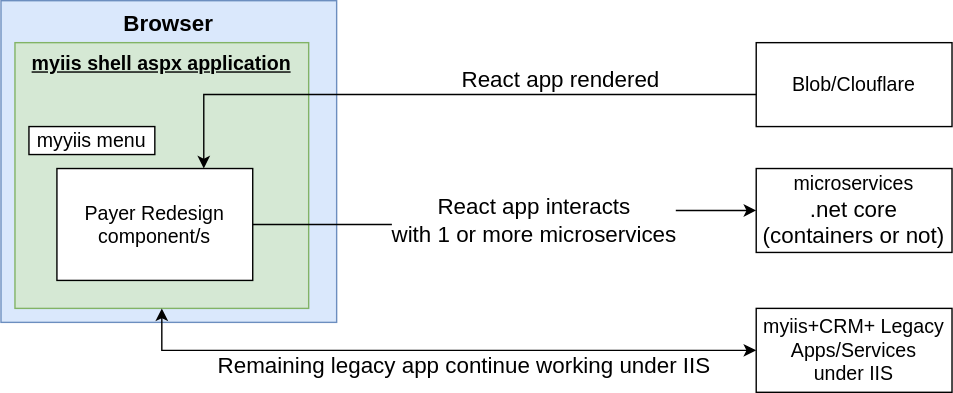
Before: payerredesignOption1.svg, a diagram exported from draw.io (vjavle/invoicecloud). Source tidied: cells renumbered, new cells last; positions are measured from the earlier drawing's top-left corner, leaving out a move shared by most shapes. Source of this version:
```xml
<mxGraphModel>
  <root>
    <mxCell id="0" />
    <mxCell id="1" parent="0" />
    <mxCell id="2" value="Browser" style="rounded=0;whiteSpace=wrap;html=1;verticalAlign=top;fontSize=16;fillColor=#dae8fc;strokeColor=#6c8ebf;fontStyle=1;" parent="1" vertex="1">
      <mxGeometry width="240" height="230" as="geometry" />
    </mxCell>
    <mxCell id="3" value="myiis shell aspx application" style="rounded=0;whiteSpace=wrap;html=1;fontSize=14;verticalAlign=top;fontStyle=5;fillColor=#d5e8d4;strokeColor=#82b366;" parent="1" vertex="1">
      <mxGeometry x="10" y="30" width="210" height="190" as="geometry" />
    </mxCell>
    <mxCell id="4" style="edgeStyle=orthogonalEdgeStyle;rounded=0;jettySize=auto;html=1;entryX=0.75;entryY=0;entryDx=0;entryDy=0;fontSize=16;exitX=0.033;exitY=0.618;exitDx=0;exitDy=0;exitPerimeter=0;" parent="1" edge="1" source="6" target="11">
      <mxGeometry relative="1" as="geometry" />
    </mxCell>
    <mxCell id="5" value="React app rendered" style="edgeLabel;html=1;align=center;verticalAlign=middle;fontSize=16;" parent="4" vertex="1">
      <mxGeometry x="-0.23" y="3" relative="1" as="geometry">
        <mxPoint x="30" y="-15" as="offset" />
      </mxGeometry>
    </mxCell>
    <mxCell id="6" value="Blob/Clouflare" style="rounded=0;whiteSpace=wrap;html=1;fontSize=14;" parent="1" vertex="1">
      <mxGeometry x="540" y="30" width="140" height="60" as="geometry" />
    </mxCell>
    <mxCell id="7" style="edgeStyle=orthogonalEdgeStyle;rounded=0;jettySize=auto;html=1;entryX=0.5;entryY=1;entryDx=0;entryDy=0;fontSize=14;startArrow=classic;startFill=1;" parent="1" edge="1" source="9" target="3">
      <mxGeometry relative="1" as="geometry" />
    </mxCell>
    <mxCell id="8" value="Remaining legacy app continue working under IIS" style="edgeLabel;html=1;align=center;verticalAlign=middle;fontSize=16;" parent="7" vertex="1">
      <mxGeometry x="0.39" y="2" relative="1" as="geometry">
        <mxPoint x="106" y="8" as="offset" />
      </mxGeometry>
    </mxCell>
    <mxCell id="9" value="myiis+CRM+ Legacy Apps/Services&lt;br&gt;under IIS" style="rounded=0;whiteSpace=wrap;html=1;fontSize=14;" parent="1" vertex="1">
      <mxGeometry x="540" y="220" width="140" height="60" as="geometry" />
    </mxCell>
    <mxCell id="10" value="myyiis menu" style="rounded=0;whiteSpace=wrap;html=1;fontSize=14;" parent="1" vertex="1">
      <mxGeometry x="20" y="90" width="90" height="20" as="geometry" />
    </mxCell>
    <mxCell id="11" value="Payer Redesign component/s" style="rounded=0;whiteSpace=wrap;html=1;fontSize=14;" parent="1" vertex="1">
      <mxGeometry x="40" y="120" width="140" height="80" as="geometry" />
    </mxCell>
    <mxCell id="12" style="edgeStyle=orthogonalEdgeStyle;rounded=0;jettySize=auto;html=1;entryX=1;entryY=0.5;entryDx=0;entryDy=0;fontSize=16;startArrow=classic;startFill=1;endArrow=none;endFill=0;" parent="1" edge="1" source="14" target="11">
      <mxGeometry relative="1" as="geometry" />
    </mxCell>
    <mxCell id="13" value="React app interacts&lt;br&gt;with 1 or more microservices" style="edgeLabel;html=1;align=center;verticalAlign=middle;fontSize=16;" parent="12" vertex="1">
      <mxGeometry x="0.15" y="1" relative="1" as="geometry">
        <mxPoint x="42" y="-5" as="offset" />
      </mxGeometry>
    </mxCell>
    <mxCell id="14" value="microservices&lt;br&gt;&lt;span style=&quot;font-size: 16px;&quot;&gt;.net core (containers or not)&lt;/span&gt;" style="rounded=0;whiteSpace=wrap;html=1;fontSize=14;" parent="1" vertex="1">
      <mxGeometry x="540" y="120" width="140" height="60" as="geometry" />
    </mxCell>
  </root>
</mxGraphModel>
```
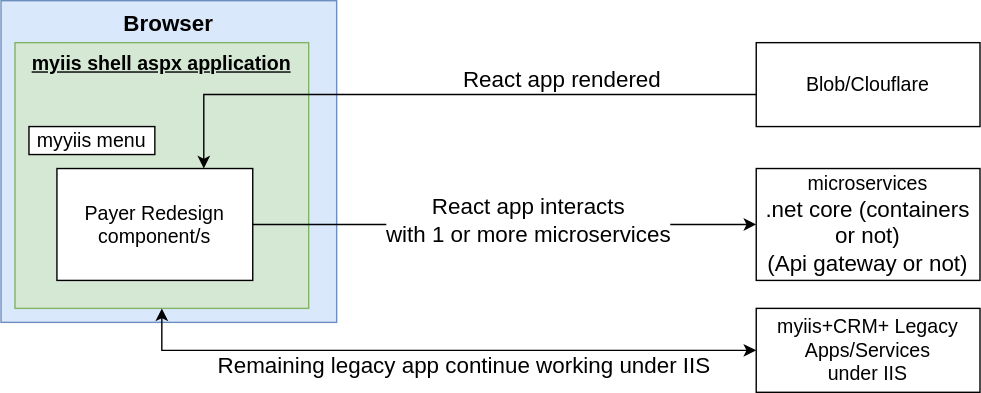
Later version of the same file.

Diff of the diagram source:
```diff
@@ -17,7 +17,7 @@
       </mxGeometry>
     </mxCell>
     <mxCell id="6" value="Blob/Clouflare" style="rounded=0;whiteSpace=wrap;html=1;fontSize=14;" parent="1" vertex="1">
-      <mxGeometry x="540" y="30" width="140" height="60" as="geometry" />
+      <mxGeometry x="540" y="30" width="160" height="60" as="geometry" />
     </mxCell>
     <mxCell id="7" style="edgeStyle=orthogonalEdgeStyle;rounded=0;jettySize=auto;html=1;entryX=0.5;entryY=1;entryDx=0;entryDy=0;fontSize=14;startArrow=classic;startFill=1;" parent="1" edge="1" source="9" target="3">
       <mxGeometry relative="1" as="geometry" />
@@ -28,7 +28,7 @@
       </mxGeometry>
     </mxCell>
     <mxCell id="9" value="myiis+CRM+ Legacy Apps/Services&lt;br&gt;under IIS" style="rounded=0;whiteSpace=wrap;html=1;fontSize=14;" parent="1" vertex="1">
-      <mxGeometry x="540" y="220" width="140" height="60" as="geometry" />
+      <mxGeometry x="540" y="220" width="160" height="60" as="geometry" />
     </mxCell>
     <mxCell id="10" value="myyiis menu" style="rounded=0;whiteSpace=wrap;html=1;fontSize=14;" parent="1" vertex="1">
       <mxGeometry x="20" y="90" width="90" height="20" as="geometry" />
@@ -44,8 +44,8 @@
         <mxPoint x="42" y="-5" as="offset" />
       </mxGeometry>
     </mxCell>
-    <mxCell id="14" value="microservices&lt;br&gt;&lt;span style=&quot;font-size: 16px;&quot;&gt;.net core (containers or not)&lt;/span&gt;" style="rounded=0;whiteSpace=wrap;html=1;fontSize=14;" parent="1" vertex="1">
-      <mxGeometry x="540" y="120" width="140" height="60" as="geometry" />
+    <mxCell id="14" value="microservices&lt;br&gt;&lt;span style=&quot;font-size: 16px;&quot;&gt;.net core (containers or not)&lt;br&gt;(Api gateway or not)&lt;br&gt;&lt;/span&gt;" style="rounded=0;whiteSpace=wrap;html=1;fontSize=14;" parent="1" vertex="1">
+      <mxGeometry x="540" y="120" width="160" height="80" as="geometry" />
     </mxCell>
   </root>
 </mxGraphModel>
```
